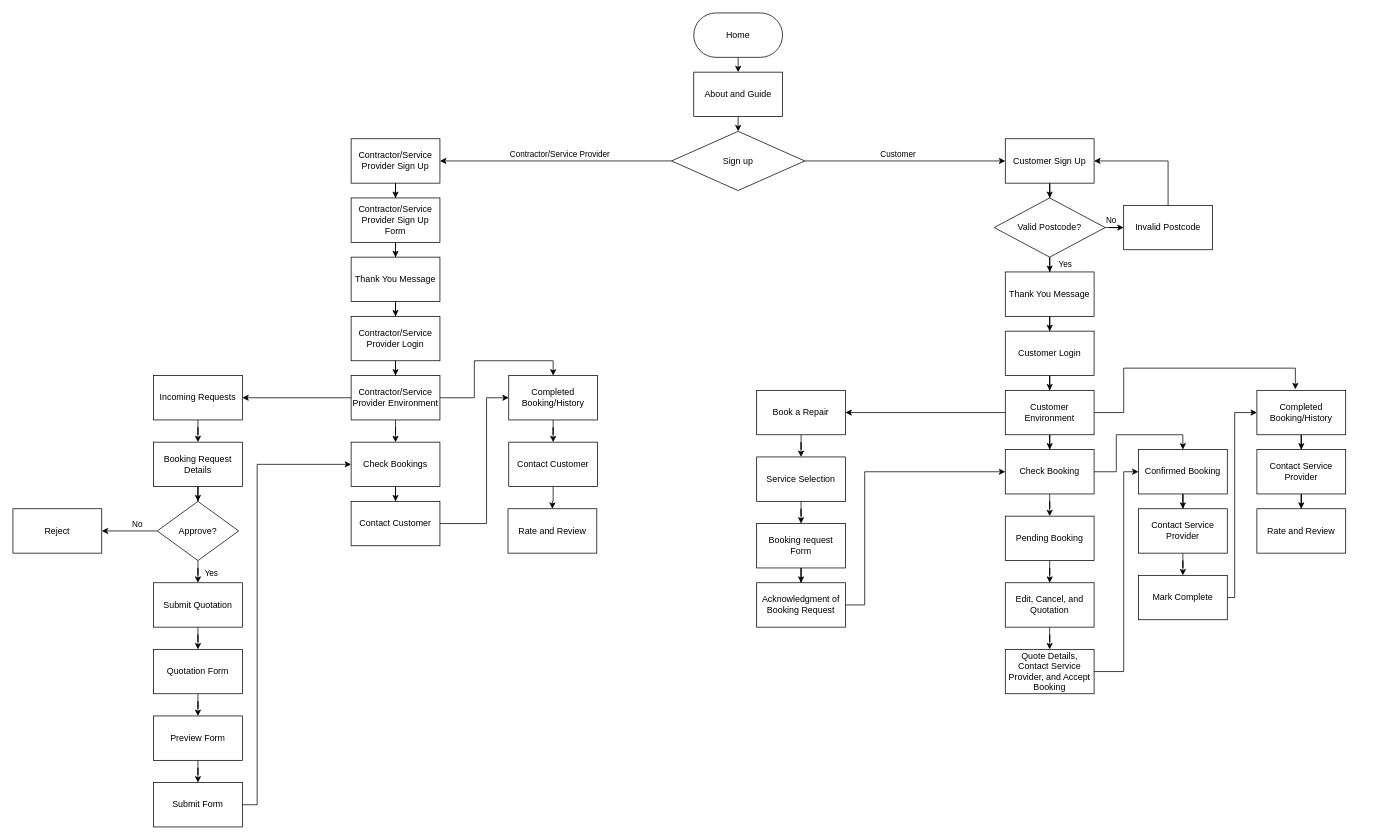
Earlier version of the draw.io diagram WDT Flowchart.drawio (JussSelenite/JussSelenite). Source tidied: cells renumbered, new cells numbered last; positions are measured from the earlier drawing's top-left corner, leaving out a move shared by most shapes. Both pictures are drawn from the tidied source at 74%, with x=0, y=0 at pixel (13, 13).
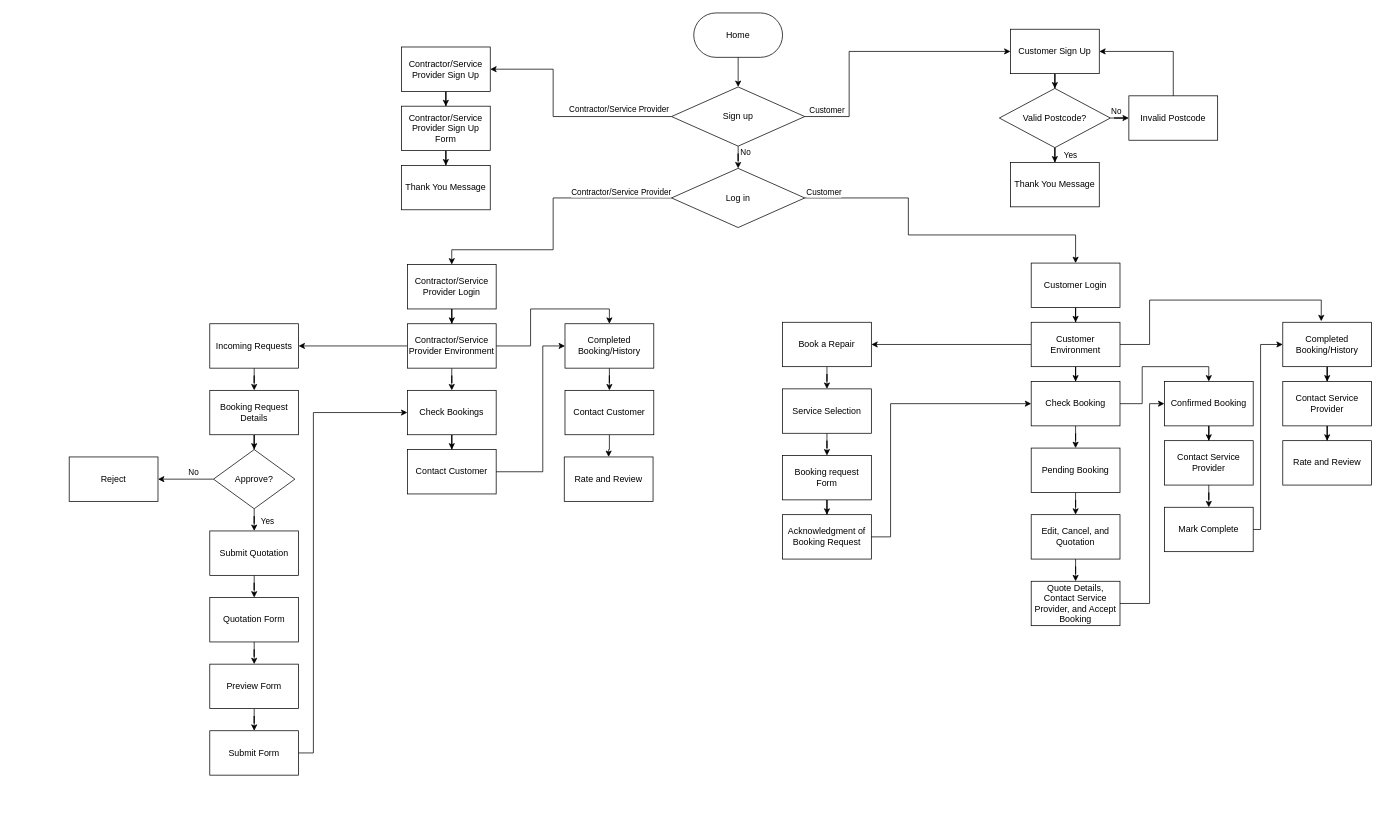
Above is the later version.

Unchanged cells that the change refers to:
```xml
<mxCell id="2" value="Home" style="rounded=1;whiteSpace=wrap;html=1;arcSize=50;" parent="1" vertex="1">
  <mxGeometry x="920" width="120" height="60" as="geometry" />
</mxCell>
```

Change to the diagram source:
```diff
@@
-    <mxCell id="3" value="About and Guide" style="rounded=0;whiteSpace=wrap;html=1;" parent="1" vertex="1">
-      <mxGeometry x="920" y="80" width="120" height="60" as="geometry" />
-    </mxCell>
+    <mxCell id="95" style="edgeStyle=orthogonalEdgeStyle;rounded=0;jettySize=auto;html=1;" parent="1" edge="1" source="4" target="97">
+      <mxGeometry relative="1" as="geometry" />
+    </mxCell>
+    <mxCell id="96" value="No" style="edgeLabel;html=1;align=center;verticalAlign=middle;" parent="95" vertex="1">
+      <mxGeometry x="-0.5" y="2" relative="1" as="geometry">
+        <mxPoint x="7" y="-6" as="offset" />
+      </mxGeometry>
+    </mxCell>
     <mxCell id="4" value="Sign up" style="rhombus;whiteSpace=wrap;html=1;" parent="1" vertex="1">
-      <mxGeometry x="890" y="160" width="180" height="80" as="geometry" />
+      <mxGeometry x="890" y="100" width="180" height="80" as="geometry" />
     </mxCell>
@@
     <mxCell id="6" value="Customer Sign Up" style="rounded=0;whiteSpace=wrap;html=1;" parent="1" vertex="1">
-      <mxGeometry x="1341" y="170" width="120" height="60" as="geometry" />
+      <mxGeometry x="1348" y="22" width="120" height="60" as="geometry" />
     </mxCell>
@@
     <mxCell id="8" value="Contractor/Service Provider Sign Up" style="rounded=0;whiteSpace=wrap;html=1;" parent="1" vertex="1">
-      <mxGeometry x="457" y="170" width="120" height="60" as="geometry" />
+      <mxGeometry x="525" y="46" width="120" height="60" as="geometry" />
     </mxCell>
-    <mxCell id="9" style="endArrow=classic;html=1;rounded=0;entryX=0.5;entryY=0;entryDx=0;entryDy=0;exitX=0.5;exitY=1;exitDx=0;exitDy=0;" parent="1" edge="1" source="2" target="3">
-      <mxGeometry relative="1" as="geometry" />
-    </mxCell>
-    <mxCell id="10" style="endArrow=classic;html=1;rounded=0;entryX=0.5;entryY=0;entryDx=0;entryDy=0;exitX=0.5;exitY=1;exitDx=0;exitDy=0;" parent="1" edge="1" source="3" target="4">
+    <mxCell id="10" style="endArrow=classic;html=1;rounded=0;entryX=0.5;entryY=0;entryDx=0;entryDy=0;exitX=0.5;exitY=1;exitDx=0;exitDy=0;" parent="1" edge="1" source="2" target="4">
       <mxGeometry relative="1" as="geometry" />
     </mxCell>
     <mxCell id="11" style="endArrow=classic;html=1;rounded=0;entryX=0;entryY=0.5;entryDx=0;entryDy=0;exitX=1;exitY=0.5;exitDx=0;exitDy=0;" parent="1" edge="1" source="4" target="6">
-      <mxGeometry relative="1" as="geometry" />
+      <mxGeometry relative="1" as="geometry">
+        <Array as="points">
+          <mxPoint x="1130" y="140" />
+          <mxPoint x="1130" y="52" />
+        </Array>
+      </mxGeometry>
     </mxCell>
     <mxCell id="12" value="Customer" style="edgeLabel;html=1;align=center;verticalAlign=middle;" parent="11" vertex="1">
       <mxGeometry x="-0.05" y="1" relative="1" as="geometry">
-        <mxPoint x="-4" y="-9" as="offset" />
+        <mxPoint x="-57" y="80" as="offset" />
       </mxGeometry>
     </mxCell>
     <mxCell id="13" style="endArrow=classic;html=1;rounded=0;entryX=1;entryY=0.5;entryDx=0;entryDy=0;exitX=0;exitY=0.5;exitDx=0;exitDy=0;" parent="1" edge="1" source="4" target="8">
-      <mxGeometry relative="1" as="geometry" />
+      <mxGeometry relative="1" as="geometry">
+        <Array as="points">
+          <mxPoint x="730" y="140" />
+          <mxPoint x="730" y="76" />
+        </Array>
+      </mxGeometry>
     </mxCell>
     <mxCell id="14" value="Contractor/Service Provider" style="edgeLabel;html=1;align=center;verticalAlign=middle;" parent="13" vertex="1">
       <mxGeometry relative="1" as="geometry">
-        <mxPoint x="5" y="-10" as="offset" />
+        <mxPoint x="83" y="-10" as="offset" />
       </mxGeometry>
     </mxCell>
@@
     <mxCell id="19" value="Valid Postcode?" style="rhombus;whiteSpace=wrap;html=1;" parent="1" vertex="1">
-      <mxGeometry x="1326" y="250" width="150" height="80" as="geometry" />
+      <mxGeometry x="1333" y="102" width="150" height="80" as="geometry" />
     </mxCell>
     <mxCell id="20" value="Invalid Postcode" style="rounded=0;whiteSpace=wrap;html=1;" parent="1" vertex="1">
-      <mxGeometry x="1501" y="260" width="120" height="60" as="geometry" />
+      <mxGeometry x="1508" y="112" width="120" height="60" as="geometry" />
     </mxCell>
     <mxCell id="21" style="endArrow=classic;html=1;rounded=0;entryX=1;entryY=0.5;entryDx=0;entryDy=0;exitX=0.5;exitY=0;exitDx=0;exitDy=0;" parent="1" edge="1" source="20" target="6">
       <mxGeometry relative="1" as="geometry">
         <Array as="points">
-          <mxPoint x="1561" y="200" />
+          <mxPoint x="1568" y="52" />
         </Array>
       </mxGeometry>
     </mxCell>
-    <mxCell id="22" style="edgeStyle=orthogonalEdgeStyle;rounded=0;jettySize=auto;html=1;" parent="1" edge="1" source="23" target="25">
-      <mxGeometry relative="1" as="geometry" />
-    </mxCell>
     <mxCell id="23" value="Thank You Message" style="rounded=0;whiteSpace=wrap;html=1;" parent="1" vertex="1">
-      <mxGeometry x="1341" y="350" width="120" height="60" as="geometry" />
+      <mxGeometry x="1348" y="202" width="120" height="60" as="geometry" />
     </mxCell>
@@
     <mxCell id="25" value="Customer Login" style="rounded=0;whiteSpace=wrap;html=1;" parent="1" vertex="1">
-      <mxGeometry x="1341" y="430" width="120" height="60" as="geometry" />
+      <mxGeometry x="1376" y="338" width="120" height="60" as="geometry" />
     </mxCell>
     <mxCell id="26" style="edgeStyle=orthogonalEdgeStyle;rounded=0;jettySize=auto;html=1;entryX=0.433;entryY=-0.024;entryDx=0;entryDy=0;entryPerimeter=0;" parent="1" edge="1" source="29" target="36">
       <mxGeometry relative="1" as="geometry">
         <Array as="points">
-          <mxPoint x="1501" y="540" />
-          <mxPoint x="1501" y="480" />
-          <mxPoint x="1733" y="480" />
+          <mxPoint x="1536" y="448" />
+          <mxPoint x="1536" y="388" />
+          <mxPoint x="1768" y="388" />
         </Array>
       </mxGeometry>
     </mxCell>
@@
     <mxCell id="29" value="Customer Environment" style="rounded=0;whiteSpace=wrap;html=1;" parent="1" vertex="1">
-      <mxGeometry x="1341" y="510" width="120" height="60" as="geometry" />
+      <mxGeometry x="1376" y="418" width="120" height="60" as="geometry" />
     </mxCell>
@@
     <mxCell id="31" value="Book a Repair" style="rounded=0;whiteSpace=wrap;html=1;" parent="1" vertex="1">
-      <mxGeometry x="1005" y="510" width="120" height="60" as="geometry" />
+      <mxGeometry x="1040" y="418" width="120" height="60" as="geometry" />
     </mxCell>
@@
     <mxCell id="34" value="Check Booking" style="rounded=0;whiteSpace=wrap;html=1;" parent="1" vertex="1">
-      <mxGeometry x="1341" y="590" width="120" height="60" as="geometry" />
+      <mxGeometry x="1376" y="498" width="120" height="60" as="geometry" />
     </mxCell>
@@
     <mxCell id="36" value="Completed Booking/History" style="rounded=0;whiteSpace=wrap;html=1;" parent="1" vertex="1">
-      <mxGeometry x="1681" y="510" width="120" height="60" as="geometry" />
+      <mxGeometry x="1716" y="418" width="120" height="60" as="geometry" />
     </mxCell>
@@
     <mxCell id="38" value="Service Selection" style="rounded=0;whiteSpace=wrap;html=1;" parent="1" vertex="1">
-      <mxGeometry x="1005" y="600" width="120" height="60" as="geometry" />
+      <mxGeometry x="1040" y="508" width="120" height="60" as="geometry" />
     </mxCell>
@@
     <mxCell id="40" value="Booking request Form" style="rounded=0;whiteSpace=wrap;html=1;" parent="1" vertex="1">
-      <mxGeometry x="1005" y="690" width="120" height="60" as="geometry" />
+      <mxGeometry x="1040" y="598" width="120" height="60" as="geometry" />
     </mxCell>
     <mxCell id="41" value="Acknowledgment of Booking Request" style="rounded=0;whiteSpace=wrap;html=1;" parent="1" vertex="1">
-      <mxGeometry x="1005" y="770" width="120" height="60" as="geometry" />
+      <mxGeometry x="1040" y="678" width="120" height="60" as="geometry" />
     </mxCell>
@@
     <mxCell id="43" value="Pending Booking" style="rounded=0;whiteSpace=wrap;html=1;" parent="1" vertex="1">
-      <mxGeometry x="1341" y="680" width="120" height="60" as="geometry" />
+      <mxGeometry x="1376" y="588" width="120" height="60" as="geometry" />
     </mxCell>
@@
     <mxCell id="45" value="Confirmed Booking" style="rounded=0;whiteSpace=wrap;html=1;" parent="1" vertex="1">
-      <mxGeometry x="1521" y="590" width="120" height="60" as="geometry" />
+      <mxGeometry x="1556" y="498" width="120" height="60" as="geometry" />
     </mxCell>
@@
     <mxCell id="47" value="Contact Service Provider" style="rounded=0;whiteSpace=wrap;html=1;" parent="1" vertex="1">
-      <mxGeometry x="1521" y="670" width="120" height="60" as="geometry" />
+      <mxGeometry x="1556" y="578" width="120" height="60" as="geometry" />
     </mxCell>
     <mxCell id="48" value="Mark Complete" style="rounded=0;whiteSpace=wrap;html=1;" parent="1" vertex="1">
-      <mxGeometry x="1521" y="760" width="120" height="60" as="geometry" />
+      <mxGeometry x="1556" y="668" width="120" height="60" as="geometry" />
     </mxCell>
@@
     <mxCell id="50" value="Edit, Cancel, and Quotation" style="rounded=0;whiteSpace=wrap;html=1;" parent="1" vertex="1">
-      <mxGeometry x="1341" y="770" width="120" height="60" as="geometry" />
+      <mxGeometry x="1376" y="678" width="120" height="60" as="geometry" />
     </mxCell>
     <mxCell id="51" value="Quote Details, Contact Service Provider, and Accept Booking" style="rounded=0;whiteSpace=wrap;html=1;" parent="1" vertex="1">
-      <mxGeometry x="1341" y="860" width="120" height="60" as="geometry" />
+      <mxGeometry x="1376" y="768" width="120" height="60" as="geometry" />
     </mxCell>
@@
     <mxCell id="53" value="Contact Service Provider" style="rounded=0;whiteSpace=wrap;html=1;" parent="1" vertex="1">
-      <mxGeometry x="1681" y="590" width="120" height="60" as="geometry" />
+      <mxGeometry x="1716" y="498" width="120" height="60" as="geometry" />
     </mxCell>
     <mxCell id="54" value="Rate and Review" style="rounded=0;whiteSpace=wrap;html=1;" parent="1" vertex="1">
-      <mxGeometry x="1681" y="670" width="120" height="60" as="geometry" />
+      <mxGeometry x="1716" y="578" width="120" height="60" as="geometry" />
     </mxCell>
     <mxCell id="55" style="endArrow=classic;html=1;rounded=0;entryX=0;entryY=0.5;entryDx=0;entryDy=0;exitX=1;exitY=0.5;exitDx=0;exitDy=0;" parent="1" edge="1" source="41" target="34">
       <mxGeometry relative="1" as="geometry">
         <Array as="points">
-          <mxPoint x="1151" y="800" />
-          <mxPoint x="1151" y="620" />
+          <mxPoint x="1186" y="708" />
+          <mxPoint x="1186" y="528" />
         </Array>
       </mxGeometry>
     </mxCell>
     <mxCell id="56" style="endArrow=classic;html=1;rounded=0;entryX=0;entryY=0.5;entryDx=0;entryDy=0;exitX=1;exitY=0.5;exitDx=0;exitDy=0;" parent="1" edge="1" source="51" target="45">
       <mxGeometry relative="1" as="geometry">
         <Array as="points">
-          <mxPoint x="1501" y="890" />
-          <mxPoint x="1501" y="620" />
+          <mxPoint x="1536" y="798" />
+          <mxPoint x="1536" y="528" />
         </Array>
       </mxGeometry>
     </mxCell>
     <mxCell id="57" style="endArrow=classic;html=1;rounded=0;exitX=1;exitY=0.5;exitDx=0;exitDy=0;entryX=0;entryY=0.5;entryDx=0;entryDy=0;" parent="1" edge="1" source="48" target="36">
       <mxGeometry relative="1" as="geometry">
         <Array as="points">
-          <mxPoint x="1651" y="790" />
-          <mxPoint x="1651" y="540" />
+          <mxPoint x="1686" y="698" />
+          <mxPoint x="1686" y="448" />
         </Array>
       </mxGeometry>
     </mxCell>
@@
     <mxCell id="59" value="Contractor/Service Provider Sign Up Form" style="rounded=0;whiteSpace=wrap;html=1;" parent="1" vertex="1">
-      <mxGeometry x="457" y="250" width="120" height="60" as="geometry" />
+      <mxGeometry x="525" y="126" width="120" height="60" as="geometry" />
     </mxCell>
-    <mxCell id="60" style="edgeStyle=orthogonalEdgeStyle;rounded=0;jettySize=auto;html=1;" parent="1" edge="1" source="61" target="63">
-      <mxGeometry relative="1" as="geometry" />
-    </mxCell>
     <mxCell id="61" value="Thank You Message" style="rounded=0;whiteSpace=wrap;html=1;" parent="1" vertex="1">
-      <mxGeometry x="457" y="330" width="120" height="60" as="geometry" />
+      <mxGeometry x="525" y="206" width="120" height="60" as="geometry" />
     </mxCell>
@@
     <mxCell id="63" value="Contractor/Service Provider Login" style="rounded=0;whiteSpace=wrap;html=1;" parent="1" vertex="1">
-      <mxGeometry x="457" y="410" width="120" height="60" as="geometry" />
+      <mxGeometry x="533" y="340" width="120" height="60" as="geometry" />
     </mxCell>
@@
     <mxCell id="67" value="Contractor/Service Provider Environment" style="rounded=0;whiteSpace=wrap;html=1;" parent="1" vertex="1">
-      <mxGeometry x="457" y="490" width="120" height="60" as="geometry" />
+      <mxGeometry x="533" y="420" width="120" height="60" as="geometry" />
     </mxCell>
@@
     <mxCell id="69" value="Incoming Requests" style="rounded=0;whiteSpace=wrap;html=1;" parent="1" vertex="1">
-      <mxGeometry x="190" y="490" width="120" height="60" as="geometry" />
+      <mxGeometry x="266" y="420" width="120" height="60" as="geometry" />
     </mxCell>
@@
     <mxCell id="71" value="Completed Booking/History" style="rounded=0;whiteSpace=wrap;html=1;" parent="1" vertex="1">
-      <mxGeometry x="670" y="490" width="120" height="60" as="geometry" />
+      <mxGeometry x="746" y="420" width="120" height="60" as="geometry" />
     </mxCell>
@@
     <mxCell id="73" value="Check Bookings" style="rounded=0;whiteSpace=wrap;html=1;" parent="1" vertex="1">
-      <mxGeometry x="457" y="580" width="120" height="60" as="geometry" />
+      <mxGeometry x="533" y="510" width="120" height="60" as="geometry" />
     </mxCell>
@@
     <mxCell id="75" value="Booking Request Details" style="rounded=0;whiteSpace=wrap;html=1;" parent="1" vertex="1">
-      <mxGeometry x="190" y="580" width="120" height="60" as="geometry" />
+      <mxGeometry x="266" y="510" width="120" height="60" as="geometry" />
     </mxCell>
@@
     <mxCell id="80" value="Approve?" style="rhombus;whiteSpace=wrap;html=1;" parent="1" vertex="1">
-      <mxGeometry x="195" y="660" width="110" height="80" as="geometry" />
+      <mxGeometry x="271" y="590" width="110" height="80" as="geometry" />
     </mxCell>
     <mxCell id="81" value="Reject" style="whiteSpace=wrap;html=1;" parent="1" vertex="1">
-      <mxGeometry y="670" width="120" height="60" as="geometry" />
+      <mxGeometry x="76" y="600" width="120" height="60" as="geometry" />
     </mxCell>
@@
     <mxCell id="83" value="Submit Quotation" style="whiteSpace=wrap;html=1;" parent="1" vertex="1">
-      <mxGeometry x="190" y="770" width="120" height="60" as="geometry" />
+      <mxGeometry x="266" y="700" width="120" height="60" as="geometry" />
     </mxCell>
@@
     <mxCell id="85" value="Quotation Form" style="whiteSpace=wrap;html=1;" parent="1" vertex="1">
-      <mxGeometry x="190" y="860" width="120" height="60" as="geometry" />
+      <mxGeometry x="266" y="790" width="120" height="60" as="geometry" />
     </mxCell>
@@
     <mxCell id="87" value="Preview Form" style="whiteSpace=wrap;html=1;" parent="1" vertex="1">
-      <mxGeometry x="190" y="950" width="120" height="60" as="geometry" />
+      <mxGeometry x="266" y="880" width="120" height="60" as="geometry" />
     </mxCell>
     <mxCell id="88" value="Submit Form" style="whiteSpace=wrap;html=1;" parent="1" vertex="1">
-      <mxGeometry x="190" y="1040" width="120" height="60" as="geometry" />
+      <mxGeometry x="266" y="970" width="120" height="60" as="geometry" />
     </mxCell>
     <mxCell id="89" value="Contact Customer" style="rounded=0;whiteSpace=wrap;html=1;" parent="1" vertex="1">
-      <mxGeometry x="457" y="660" width="120" height="60" as="geometry" />
+      <mxGeometry x="533" y="590" width="120" height="60" as="geometry" />
     </mxCell>
     <mxCell id="90" style="endArrow=classic;html=1;rounded=0;entryX=0;entryY=0.5;entryDx=0;entryDy=0;exitX=1;exitY=0.5;exitDx=0;exitDy=0;" parent="1" edge="1" source="88" target="73">
       <mxGeometry relative="1" as="geometry">
         <Array as="points">
-          <mxPoint x="330" y="1070" />
-          <mxPoint x="330" y="610" />
+          <mxPoint x="406" y="1000" />
+          <mxPoint x="406" y="540" />
         </Array>
       </mxGeometry>
     </mxCell>
@@
     <mxCell id="92" value="Contact Customer" style="rounded=0;whiteSpace=wrap;html=1;" parent="1" vertex="1">
-      <mxGeometry x="670" y="580" width="120" height="60" as="geometry" />
+      <mxGeometry x="746" y="510" width="120" height="60" as="geometry" />
     </mxCell>
     <mxCell id="93" value="Rate and Review" style="rounded=0;whiteSpace=wrap;html=1;" parent="1" vertex="1">
-      <mxGeometry x="669" y="670" width="120" height="60" as="geometry" />
+      <mxGeometry x="745" y="600" width="120" height="60" as="geometry" />
     </mxCell>
     <mxCell id="94" style="endArrow=classic;html=1;rounded=0;entryX=0;entryY=0.5;entryDx=0;entryDy=0;exitX=1;exitY=0.5;exitDx=0;exitDy=0;" parent="1" edge="1" source="89" target="71">
       <mxGeometry relative="1" as="geometry">
         <Array as="points">
-          <mxPoint x="640" y="690" />
-          <mxPoint x="640" y="520" />
+          <mxPoint x="716" y="620" />
+          <mxPoint x="716" y="450" />
         </Array>
       </mxGeometry>
     </mxCell>
+    <mxCell id="97" value="Log in" style="rhombus;whiteSpace=wrap;html=1;" parent="1" vertex="1">
+      <mxGeometry x="890" y="210" width="180" height="80" as="geometry" />
+    </mxCell>
+    <mxCell id="98" style="endArrow=classic;html=1;rounded=0;entryX=0.5;entryY=0;entryDx=0;entryDy=0;exitX=0;exitY=0.5;exitDx=0;exitDy=0;" parent="1" edge="1" source="97" target="63">
+      <mxGeometry relative="1" as="geometry">
+        <Array as="points">
+          <mxPoint x="730" y="250" />
+          <mxPoint x="730" y="320" />
+          <mxPoint x="593" y="320" />
+        </Array>
+      </mxGeometry>
+    </mxCell>
+    <mxCell id="99" value="Contractor/Service Provider" style="edgeLabel;html=1;align=center;verticalAlign=middle;" parent="98" vertex="1">
+      <mxGeometry x="-0.36" relative="1" as="geometry">
+        <mxPoint x="55" y="-8" as="offset" />
+      </mxGeometry>
+    </mxCell>
+    <mxCell id="100" style="endArrow=classic;html=1;rounded=0;entryX=0.5;entryY=0;entryDx=0;entryDy=0;exitX=1;exitY=0.5;exitDx=0;exitDy=0;" parent="1" edge="1" source="97" target="25">
+      <mxGeometry relative="1" as="geometry">
+        <Array as="points">
+          <mxPoint x="1210" y="250" />
+          <mxPoint x="1210" y="300" />
+          <mxPoint x="1436" y="300" />
+        </Array>
+      </mxGeometry>
+    </mxCell>
+    <mxCell id="101" value="Customer" style="edgeLabel;html=1;align=center;verticalAlign=middle;" parent="100" vertex="1">
+      <mxGeometry x="-0.71" relative="1" as="geometry">
+        <mxPoint x="-41" y="-8" as="offset" />
+      </mxGeometry>
+    </mxCell>
```
